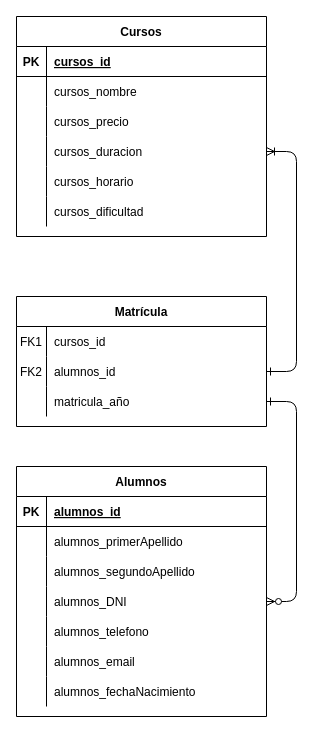
The draw.io diagram BBDD/Ejercicio2.drawio in mdmartinvega/BootcampFSD, before the edit. Source tidied: cells renumbered, new cells numbered last; positions are measured from the earlier drawing's top-left corner, leaving out a move shared by most shapes. Both pictures are drawn from the tidied source at 100%, with x=0, y=0 at pixel (16, 16).
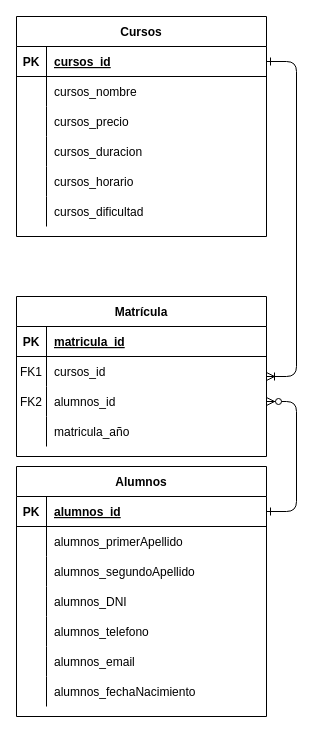
The same page after the edit.

Unchanged cells that the change refers to:
```xml
<mxCell id="14" style="shape=partialRectangle;fillColor=none;points=[[0,0.5],[1,0.5]];portConstraint=eastwest;top=0;left=0;right=0;bottom=1;" parent="13" vertex="1">
  <mxGeometry y="30" width="250" height="30" as="geometry" />
</mxCell>
<mxCell id="23" style="shape=partialRectangle;fillColor=none;points=[[0,0.5],[1,0.5]];portConstraint=eastwest;top=0;left=0;right=0;bottom=0;" parent="13" vertex="1">
  <mxGeometry y="120" width="250" height="30" as="geometry" />
</mxCell>
<mxCell id="36" style="shape=partialRectangle;fillColor=none;points=[[0,0.5],[1,0.5]];portConstraint=eastwest;top=0;left=0;right=0;bottom=1;" parent="35" vertex="1">
  <mxGeometry y="30" width="250" height="30" as="geometry" />
</mxCell>
<mxCell id="45" style="shape=partialRectangle;fillColor=none;points=[[0,0.5],[1,0.5]];portConstraint=eastwest;top=0;left=0;right=0;bottom=0;" parent="35" vertex="1">
  <mxGeometry y="120" width="250" height="30" as="geometry" />
</mxCell>
```

The edit, as a diff of the source:
```diff
@@
-    <mxCell id="2" style="edgeStyle=entityRelationEdgeStyle;endArrow=ERzeroToMany;startArrow=ERone;endFill=1;startFill=0;exitX=1;exitY=0.5;exitDx=0;exitDy=0;entryX=1;entryY=0.5;entryDx=0;entryDy=0;" parent="1" edge="1" source="10" target="23">
+    <mxCell id="2" style="edgeStyle=entityRelationEdgeStyle;endArrow=ERzeroToMany;startArrow=ERone;endFill=1;startFill=0;exitX=1;exitY=0.5;exitDx=0;exitDy=0;entryX=1;entryY=0.5;entryDx=0;entryDy=0;" parent="1" edge="1" source="14" target="7">
       <mxGeometry relative="1" as="geometry" />
     </mxCell>
     <mxCell id="3" value="Matrícula" style="shape=table;startSize=30;childLayout=tableLayout;rowLines=0;fontStyle=1;align=center;" parent="1" vertex="1">
-      <mxGeometry y="280" width="250" height="130" as="geometry" />
+      <mxGeometry y="280" width="250" height="160" as="geometry" />
     </mxCell>
+    <mxCell id="55" style="shape=partialRectangle;fillColor=none;top=0;left=0;right=0;bottom=0;" parent="3" vertex="1">
+      <mxGeometry y="30" width="250" height="30" as="geometry" />
+    </mxCell>
+    <mxCell id="56" style="shape=partialRectangle;overflow=hidden;fillColor=none;top=0;left=0;bottom=0;right=0;" parent="55" vertex="1">
+      <mxGeometry width="30" height="30" as="geometry" />
+    </mxCell>
+    <mxCell id="57" style="shape=partialRectangle;overflow=hidden;fillColor=none;top=0;left=0;bottom=0;right=0;align=left;spacingLeft=6;" parent="55" vertex="1">
+      <mxGeometry x="30" width="220" height="30" as="geometry" />
+    </mxCell>
     <mxCell id="4" style="shape=partialRectangle;fillColor=none;top=0;left=0;right=0;bottom=0;" parent="3" vertex="1">
-      <mxGeometry y="30" width="250" height="30" as="geometry" />
+      <mxGeometry y="60" width="250" height="30" as="geometry" />
     </mxCell>
@@
     <mxCell id="7" style="shape=partialRectangle;fillColor=none;points=[[0,0.5],[1,0.5]];portConstraint=eastwest;top=0;left=0;right=0;bottom=0;" parent="3" vertex="1">
-      <mxGeometry y="60" width="250" height="30" as="geometry" />
+      <mxGeometry y="90" width="250" height="30" as="geometry" />
     </mxCell>
@@
     <mxCell id="10" style="shape=partialRectangle;fillColor=none;points=[[0,0.5],[1,0.5]];portConstraint=eastwest;top=0;left=0;right=0;bottom=0;" parent="3" vertex="1">
-      <mxGeometry y="90" width="250" height="30" as="geometry" />
+      <mxGeometry y="120" width="250" height="30" as="geometry" />
     </mxCell>
@@
-    <mxCell id="54" style="edgeStyle=entityRelationEdgeStyle;fontSize=12;html=1;endArrow=ERoneToMany;entryX=1;entryY=0.5;entryDx=0;entryDy=0;exitX=1;exitY=0.5;exitDx=0;exitDy=0;startArrow=ERone;startFill=0;" parent="1" edge="1" source="7" target="45">
+    <mxCell id="54" style="edgeStyle=entityRelationEdgeStyle;fontSize=12;html=1;endArrow=ERoneToMany;exitX=1;exitY=0.5;exitDx=0;exitDy=0;startArrow=ERone;startFill=0;entryX=1;entryY=0.5;entryDx=0;entryDy=0;" parent="1" edge="1" source="36" target="3">
       <mxGeometry relative="1" as="geometry" />
     </mxCell>
+    <mxCell id="58" style="shape=partialRectangle;fillColor=none;top=0;left=0;right=0;bottom=1;" parent="1" vertex="1">
+      <mxGeometry y="310" width="250" height="30" as="geometry" />
+    </mxCell>
+    <mxCell id="59" value="PK" style="shape=partialRectangle;overflow=hidden;fillColor=none;top=0;left=0;bottom=0;right=0;fontStyle=1;" parent="58" vertex="1">
+      <mxGeometry width="30" height="30" as="geometry" />
+    </mxCell>
+    <mxCell id="60" value="matricula_id" style="shape=partialRectangle;overflow=hidden;fillColor=none;top=0;left=0;bottom=0;right=0;align=left;spacingLeft=6;fontStyle=5;" parent="58" vertex="1">
+      <mxGeometry x="30" width="220" height="30" as="geometry" />
+    </mxCell>
```
